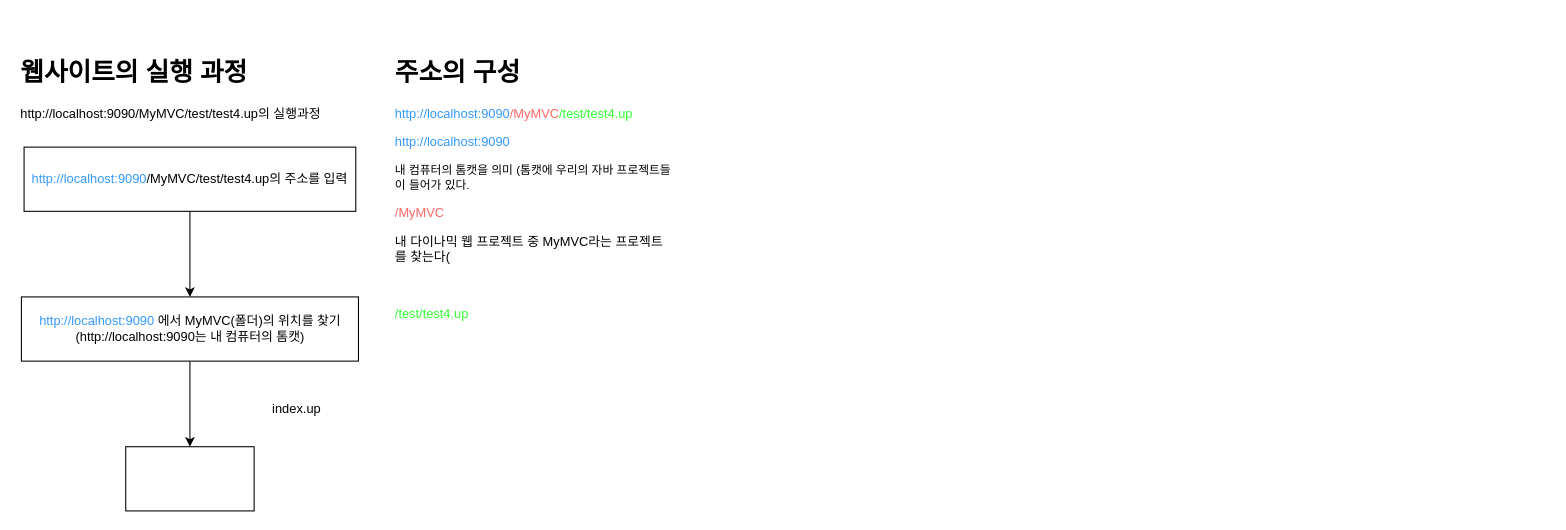
This is 오라클수업/제목 없는 다이어그램.drawio from KYEek/study-repositories, a draw.io file, before an edit. Source tidied: cells renumbered, new cells numbered last; positions are measured from the earlier drawing's top-left corner, leaving out a move shared by most shapes. Both pictures are drawn from the tidied source at 107%, with x=0, y=0 at pixel (18, 50).
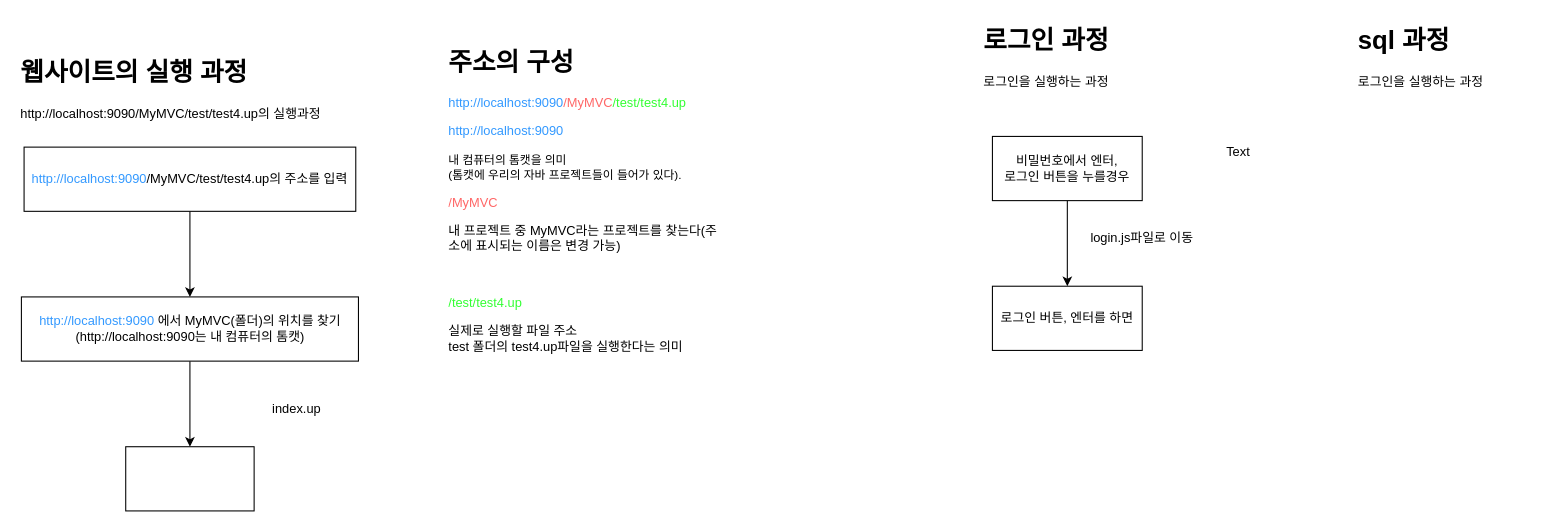
Above is the later version.

Commit message:
제목 없는 다이어그램.drawio 업데이트

What changed in the source:
```diff
@@
 <mxGraphModel>
   <root>
     <mxCell id="0" />
     <mxCell id="1" parent="0" />
     <mxCell id="2" value="&lt;h1 style=&quot;margin-top: 0px;&quot;&gt;웹사이트의 실행 과정&lt;/h1&gt;&lt;div&gt;http://localhost:9090/MyMVC/test/test4.up의 실행과정&lt;/div&gt;&lt;p&gt;&lt;br&gt;&lt;/p&gt;" style="text;html=1;whiteSpace=wrap;overflow=hidden;rounded=0;" parent="1" vertex="1">
       <mxGeometry width="420" height="90" as="geometry" />
     </mxCell>
     <mxCell id="3" style="edgeStyle=orthogonalEdgeStyle;rounded=0;jettySize=auto;html=1;" parent="1" edge="1" source="4" target="6">
       <mxGeometry relative="1" as="geometry" />
     </mxCell>
     <mxCell id="4" value="&lt;span style=&quot;text-align: left;&quot;&gt;&lt;font color=&quot;#3399ff&quot;&gt;http://localhost:9090&lt;/font&gt;/MyMVC&lt;/span&gt;&lt;span style=&quot;text-align: left;&quot;&gt;/test/test4.up&lt;/span&gt;&lt;span style=&quot;text-align: left;&quot;&gt;의 주소를 입력&lt;/span&gt;" style="rounded=0;whiteSpace=wrap;html=1;" parent="1" vertex="1">
       <mxGeometry x="5" y="90" width="310" height="60" as="geometry" />
     </mxCell>
     <mxCell id="5" style="edgeStyle=orthogonalEdgeStyle;rounded=0;jettySize=auto;html=1;" parent="1" edge="1" source="6" target="7">
       <mxGeometry relative="1" as="geometry" />
     </mxCell>
     <mxCell id="6" value="&lt;span style=&quot;text-align: left;&quot;&gt;&lt;font color=&quot;#3399ff&quot;&gt;http://localhost:9090&lt;/font&gt; 에서 MyMVC(폴더)의 위치를 찾기&lt;/span&gt;&lt;div&gt;&lt;span style=&quot;text-align: left;&quot;&gt;(&lt;/span&gt;&lt;span style=&quot;text-align: left; background-color: initial;&quot;&gt;http://localhost:9090는 내 컴퓨터의 톰캣)&lt;/span&gt;&lt;/div&gt;" style="whiteSpace=wrap;html=1;rounded=0;" parent="1" vertex="1">
       <mxGeometry x="2.5" y="230" width="315" height="60" as="geometry" />
     </mxCell>
     <mxCell id="7" style="whiteSpace=wrap;html=1;rounded=0;" parent="1" vertex="1">
       <mxGeometry x="100" y="370" width="120" height="60" as="geometry" />
     </mxCell>
     <mxCell id="8" value="&lt;span style=&quot;text-align: left;&quot;&gt;index.up&lt;/span&gt;" style="text;html=1;align=center;verticalAlign=middle;whiteSpace=wrap;rounded=0;" parent="1" vertex="1">
       <mxGeometry x="230" y="320" width="60" height="30" as="geometry" />
     </mxCell>
-    <mxCell id="9" value="&lt;h1 style=&quot;margin-top: 0px;&quot;&gt;주소의 구성&lt;/h1&gt;&lt;p&gt;&lt;font color=&quot;#3399ff&quot;&gt;http://localhost:9090&lt;/font&gt;&lt;font color=&quot;#ff6666&quot;&gt;/MyMVC&lt;/font&gt;&lt;font color=&quot;#33ff33&quot;&gt;/test/test4.up&lt;/font&gt;&lt;/p&gt;&lt;p&gt;&lt;span style=&quot;color: rgb(51, 153, 255);&quot;&gt;http://localhost:9090&lt;/span&gt;&lt;font color=&quot;#33ff33&quot;&gt;&lt;/font&gt;&lt;/p&gt;&lt;p&gt;&lt;font style=&quot;font-size: 11px;&quot;&gt;내 컴퓨터의 톰캣을 의미 (톰캣에 우리의 자바 프로젝트들이 들어가 있다.&lt;/font&gt;&lt;/p&gt;&lt;p&gt;&lt;span style=&quot;color: rgb(255, 102, 102);&quot;&gt;/MyMVC&lt;/span&gt;&lt;span style=&quot;color: rgb(51, 153, 255);&quot;&gt;&lt;/span&gt;&lt;/p&gt;&lt;p&gt;내 다이나믹 웹 프로젝트 중 MyMVC라는 프로젝트를 찾는다(&lt;/p&gt;&lt;p&gt;&lt;span style=&quot;color: rgb(255, 102, 102);&quot;&gt;&lt;br&gt;&lt;/span&gt;&lt;/p&gt;&lt;p&gt;&lt;span style=&quot;color: rgb(51, 255, 51);&quot;&gt;/test/test4.up&lt;/span&gt;&lt;span style=&quot;color: rgb(255, 102, 102);&quot;&gt;&lt;/span&gt;&lt;/p&gt;&lt;p&gt;&lt;br&gt;&lt;/p&gt;&lt;p&gt;&lt;span style=&quot;color: rgb(51, 153, 255);&quot;&gt;&lt;br&gt;&lt;/span&gt;&lt;/p&gt;" style="text;html=1;whiteSpace=wrap;overflow=hidden;rounded=0;" parent="1" vertex="1">
-      <mxGeometry x="350" width="260" height="260" as="geometry" />
+    <mxCell id="9" value="&lt;h1 style=&quot;margin-top: 0px;&quot;&gt;주소의 구성&lt;/h1&gt;&lt;p&gt;&lt;font color=&quot;#3399ff&quot;&gt;http://localhost:9090&lt;/font&gt;&lt;font color=&quot;#ff6666&quot;&gt;/MyMVC&lt;/font&gt;&lt;font color=&quot;#33ff33&quot;&gt;/test/test4.up&lt;/font&gt;&lt;/p&gt;&lt;p&gt;&lt;span style=&quot;color: rgb(51, 153, 255);&quot;&gt;http://localhost:9090&lt;/span&gt;&lt;font color=&quot;#33ff33&quot;&gt;&lt;/font&gt;&lt;/p&gt;&lt;p&gt;&lt;font style=&quot;font-size: 11px;&quot;&gt;내 컴퓨터의 톰캣을 의미 &lt;br&gt;(톰캣에 우리의 자바 프로젝트들이 들어가 있다).&lt;/font&gt;&lt;/p&gt;&lt;p&gt;&lt;span style=&quot;color: rgb(255, 102, 102);&quot;&gt;/MyMVC&lt;/span&gt;&lt;span style=&quot;color: rgb(51, 153, 255);&quot;&gt;&lt;/span&gt;&lt;/p&gt;&lt;p&gt;내 프로젝트 중 MyMVC라는 프로젝트를 찾는다(주소에 표시되는 이름은 변경 가능)&lt;/p&gt;&lt;p&gt;&lt;span style=&quot;color: rgb(255, 102, 102);&quot;&gt;&lt;br&gt;&lt;/span&gt;&lt;/p&gt;&lt;p&gt;&lt;span style=&quot;color: rgb(51, 255, 51);&quot;&gt;/test/test4.up&lt;/span&gt;&lt;span style=&quot;color: rgb(255, 102, 102);&quot;&gt;&lt;/span&gt;&lt;/p&gt;&lt;p&gt;실제로 실행할 파일 주소&lt;br&gt;test 폴더의 test4.up파일을 실행한다는 의미&lt;/p&gt;&lt;p&gt;&lt;br&gt;&lt;/p&gt;&lt;p&gt;&lt;span style=&quot;color: rgb(51, 153, 255);&quot;&gt;&lt;br&gt;&lt;/span&gt;&lt;/p&gt;" style="text;html=1;whiteSpace=wrap;overflow=hidden;rounded=0;" parent="1" vertex="1">
+      <mxGeometry x="400" y="-10" width="260" height="310" as="geometry" />
     </mxCell>
+    <mxCell id="10" value="&lt;h1 style=&quot;margin-top: 0px;&quot;&gt;로그인 과정&lt;/h1&gt;&lt;p&gt;로그인을 실행하는 과정&lt;/p&gt;" style="text;html=1;whiteSpace=wrap;overflow=hidden;rounded=0;" parent="1" vertex="1">
+      <mxGeometry x="900" y="-30" width="180" height="90" as="geometry" />
+    </mxCell>
+    <mxCell id="11" style="edgeStyle=orthogonalEdgeStyle;rounded=0;jettySize=auto;html=1;" parent="1" edge="1" source="12" target="13">
+      <mxGeometry relative="1" as="geometry" />
+    </mxCell>
+    <mxCell id="12" value="비밀번호에서 엔터,&lt;div&gt;로그인 버튼을 누를경우&lt;/div&gt;" style="rounded=0;whiteSpace=wrap;html=1;" parent="1" vertex="1">
+      <mxGeometry x="910" y="80" width="140" height="60" as="geometry" />
+    </mxCell>
+    <mxCell id="13" value="로그인 버튼, 엔터를 하면" style="rounded=0;whiteSpace=wrap;html=1;" parent="1" vertex="1">
+      <mxGeometry x="910" y="220" width="140" height="60" as="geometry" />
+    </mxCell>
+    <mxCell id="14" value="login.js파일로 이동" style="text;html=1;align=center;verticalAlign=middle;whiteSpace=wrap;rounded=0;" parent="1" vertex="1">
+      <mxGeometry x="990" y="160" width="120" height="30" as="geometry" />
+    </mxCell>
+    <mxCell id="15" value="Text" style="text;html=1;align=center;verticalAlign=middle;whiteSpace=wrap;rounded=0;" parent="1" vertex="1">
+      <mxGeometry x="1110" y="80" width="60" height="30" as="geometry" />
+    </mxCell>
+    <mxCell id="16" value="&lt;h1 style=&quot;margin-top: 0px;&quot;&gt;sql 과정&lt;/h1&gt;&lt;p&gt;로그인을 실행하는 과정&lt;/p&gt;" style="text;html=1;whiteSpace=wrap;overflow=hidden;rounded=0;" parent="1" vertex="1">
+      <mxGeometry x="1250" y="-30" width="180" height="90" as="geometry" />
+    </mxCell>
   </root>
 </mxGraphModel>
```
